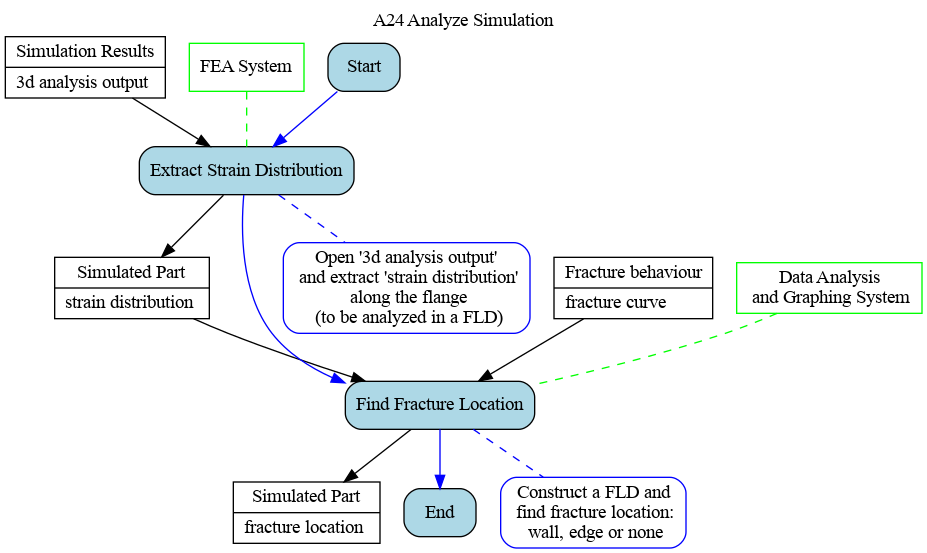
ModelsforManufacturing/hole-flanging-by-SPIF-in-a-single-stage keeps this Graphviz diagram as Ontology_Layer/Behaviour_Model/06_A24.gv.png. Above is the earlier version. Its source is kept beside it as Ontology_Layer/Behaviour_Model/06_A24.gv.
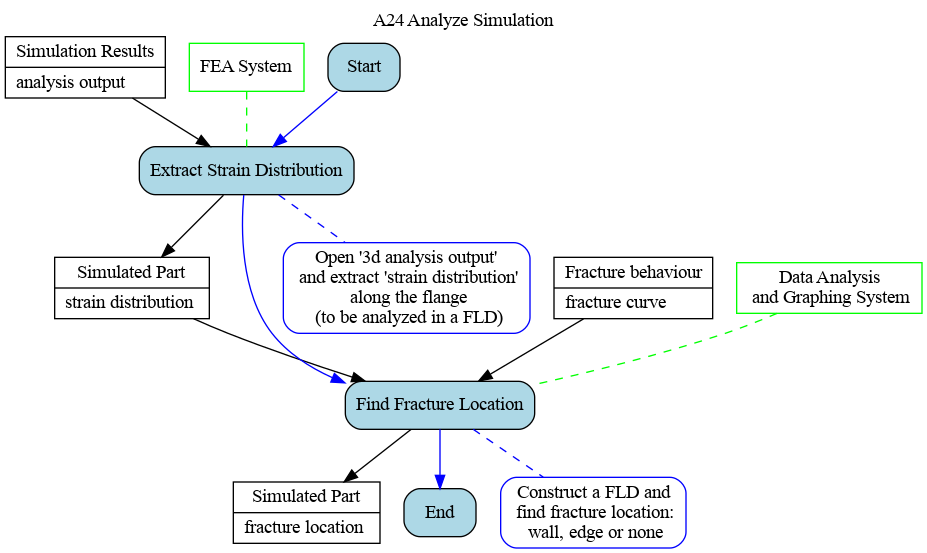
The same file after the commit.

Diff of the diagram source:
```diff
@@ -5,7 +5,7 @@
 label="A24 Analyze Simulation"
 
 node [shape=record, style=filled, fillcolor=white, color=black]
-sim_res [label="{Simulation Results | 3d analysis output \l}"]
+sim_res [label="{Simulation Results | analysis output \l}"]
 fracture [label="{Fracture behaviour | fracture curve \l}"]
 part_sim_strain [label="{Simulated Part | strain distribution \l}"]
 part_sim_frac [label="{Simulated Part | fracture location \l}"]
```
